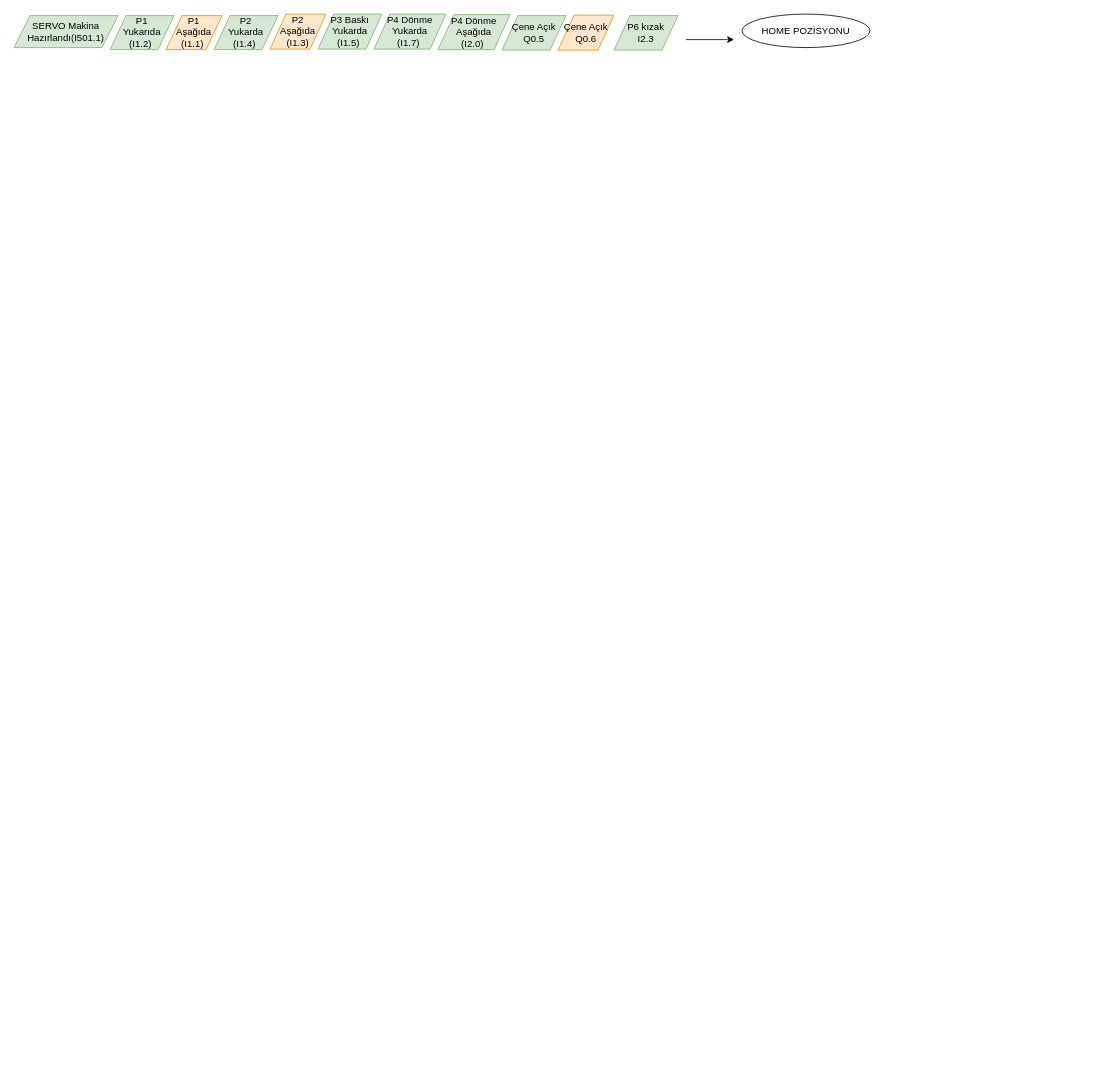
cemreakz/Cemre_FlowChartsOfMachine keeps this draw.io diagram as Untitled Diagram.drawio. Above is the earlier version. Source tidied: cells renumbered, new cells numbered last; positions are measured from the earlier drawing's top-left corner, leaving out a move shared by most shapes. Both pictures are drawn from the tidied source at 80%, with x=0, y=0 at pixel (14, 14).
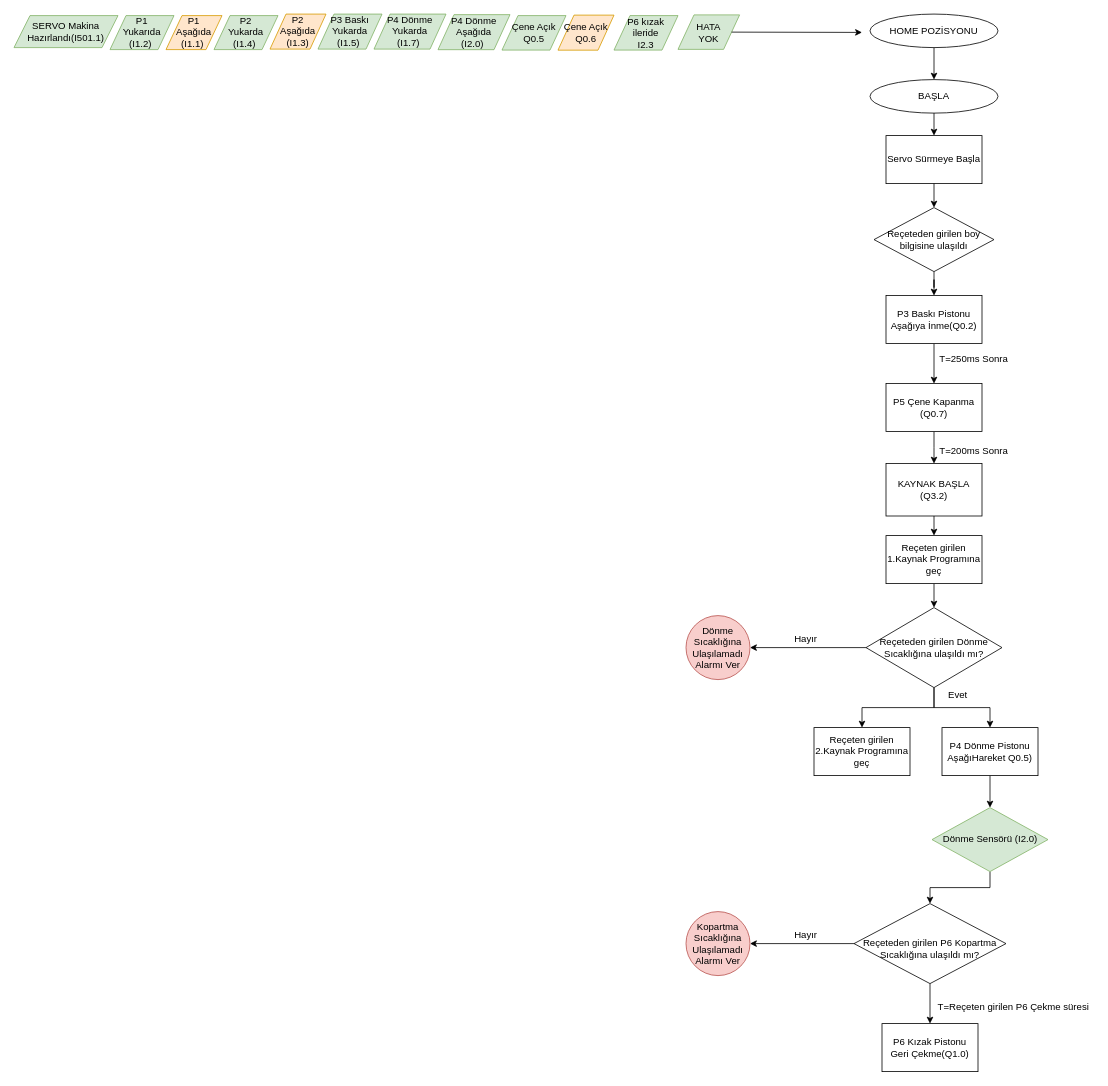
After the change.

The edit, as a diff of the source:
```diff
@@
-    <mxCell id="12" value="P6 kızak&lt;br&gt;I2.3" style="shape=parallelogram;perimeter=parallelogramPerimeter;whiteSpace=wrap;html=1;fixedSize=1;fillColor=#d5e8d4;strokeColor=#82b366;" parent="1" vertex="1">
+    <mxCell id="12" value="P6 kızak&lt;br&gt;ileride&lt;br&gt;I2.3" style="shape=parallelogram;perimeter=parallelogramPerimeter;whiteSpace=wrap;html=1;fixedSize=1;fillColor=#d5e8d4;strokeColor=#82b366;" parent="1" vertex="1">
       <mxGeometry x="750" y="2" width="80" height="43.1" as="geometry" />
     </mxCell>
+    <mxCell id="15" style="edgeStyle=orthogonalEdgeStyle;rounded=0;jettySize=auto;html=1;" parent="1" edge="1" source="13" target="19">
+      <mxGeometry relative="1" as="geometry" />
+    </mxCell>
     <mxCell id="13" value="HOME POZİSYONU" style="ellipse;whiteSpace=wrap;html=1;" parent="1" vertex="1">
-      <mxGeometry x="910" y="0.1" width="160" height="41.9" as="geometry" />
+      <mxGeometry x="1070" y="0.1" width="160" height="41.9" as="geometry" />
     </mxCell>
-    <mxCell id="14" style="endArrow=classic;html=1;" parent="1" edge="1">
-      <mxGeometry relative="1" as="geometry">
-        <mxPoint x="840" y="32" as="sourcePoint" />
-        <mxPoint x="900" y="32" as="targetPoint" />
-        <Array as="points">
-          <mxPoint x="890" y="32" />
-        </Array>
-      </mxGeometry>
-    </mxCell>
+    <mxCell id="16" value="HATA&lt;br&gt;YOK" style="shape=parallelogram;perimeter=parallelogramPerimeter;whiteSpace=wrap;html=1;fixedSize=1;fillColor=#d5e8d4;strokeColor=#82b366;" parent="1" vertex="1">
+      <mxGeometry x="830" y="1.1" width="77" height="43.1" as="geometry" />
+    </mxCell>
+    <mxCell id="17" style="endArrow=classic;html=1;exitX=1;exitY=0.5;exitDx=0;exitDy=0;" parent="1" edge="1" source="16">
+      <mxGeometry relative="1" as="geometry">
+        <mxPoint x="1060" y="23" as="targetPoint" />
+      </mxGeometry>
+    </mxCell>
+    <mxCell id="18" style="edgeStyle=orthogonalEdgeStyle;rounded=0;jettySize=auto;html=1;exitX=0.5;exitY=1;exitDx=0;exitDy=0;entryX=0.5;entryY=0;entryDx=0;entryDy=0;" parent="1" edge="1" source="19" target="20">
+      <mxGeometry relative="1" as="geometry" />
+    </mxCell>
+    <mxCell id="19" value="BAŞLA" style="ellipse;whiteSpace=wrap;html=1;" parent="1" vertex="1">
+      <mxGeometry x="1070" y="82" width="160" height="41.9" as="geometry" />
+    </mxCell>
+    <mxCell id="20" value="Servo Sürmeye Başla" style="rounded=0;whiteSpace=wrap;html=1;" parent="1" vertex="1">
+      <mxGeometry x="1090" y="152" width="120" height="60" as="geometry" />
+    </mxCell>
+    <mxCell id="21" style="edgeStyle=orthogonalEdgeStyle;rounded=0;jettySize=auto;html=1;" parent="1" edge="1" source="22" target="25">
+      <mxGeometry relative="1" as="geometry" />
+    </mxCell>
+    <mxCell id="22" value="&lt;span&gt;Reçeteden girilen boy bilgisine ulaşıldı&lt;/span&gt;" style="rhombus;whiteSpace=wrap;html=1;" parent="1" vertex="1">
+      <mxGeometry x="1075" y="242" width="150" height="80" as="geometry" />
+    </mxCell>
+    <mxCell id="23" style="endArrow=classic;html=1;exitX=0.5;exitY=1;exitDx=0;exitDy=0;entryX=0.5;entryY=0;entryDx=0;entryDy=0;" parent="1" edge="1" source="20" target="22">
+      <mxGeometry relative="1" as="geometry" />
+    </mxCell>
+    <mxCell id="24" style="edgeStyle=orthogonalEdgeStyle;rounded=0;jettySize=auto;html=1;" parent="1" edge="1" source="25" target="27">
+      <mxGeometry relative="1" as="geometry" />
+    </mxCell>
+    <mxCell id="25" value="P3 Baskı Pistonu Aşağıya İnme(Q0.2)" style="rounded=0;whiteSpace=wrap;html=1;" parent="1" vertex="1">
+      <mxGeometry x="1090" y="352" width="120" height="60" as="geometry" />
+    </mxCell>
+    <mxCell id="26" style="edgeStyle=orthogonalEdgeStyle;rounded=0;jettySize=auto;html=1;" parent="1" edge="1" source="27">
+      <mxGeometry relative="1" as="geometry">
+        <mxPoint x="1150" y="562" as="targetPoint" />
+      </mxGeometry>
+    </mxCell>
+    <mxCell id="27" value="P5 Çene Kapanma&lt;br&gt;(Q0.7)" style="rounded=0;whiteSpace=wrap;html=1;" parent="1" vertex="1">
+      <mxGeometry x="1090" y="462" width="120" height="60" as="geometry" />
+    </mxCell>
+    <mxCell id="28" value="T=250ms Sonra" style="text;html=1;strokeColor=none;fillColor=none;align=center;verticalAlign=middle;whiteSpace=wrap;rounded=0;" parent="1" vertex="1">
+      <mxGeometry x="1140" y="422" width="120" height="20" as="geometry" />
+    </mxCell>
+    <mxCell id="29" value="T=200ms Sonra" style="text;html=1;strokeColor=none;fillColor=none;align=center;verticalAlign=middle;whiteSpace=wrap;rounded=0;" parent="1" vertex="1">
+      <mxGeometry x="1140" y="536.5" width="120" height="20" as="geometry" />
+    </mxCell>
+    <mxCell id="30" style="edgeStyle=orthogonalEdgeStyle;rounded=0;jettySize=auto;html=1;exitX=0.5;exitY=1;exitDx=0;exitDy=0;entryX=0.5;entryY=0;entryDx=0;entryDy=0;" parent="1" edge="1" source="31" target="33">
+      <mxGeometry relative="1" as="geometry" />
+    </mxCell>
+    <mxCell id="31" value="KAYNAK BAŞLA&lt;br&gt;(Q3.2)" style="rounded=0;whiteSpace=wrap;html=1;" parent="1" vertex="1">
+      <mxGeometry x="1090" y="562" width="120" height="65.5" as="geometry" />
+    </mxCell>
+    <mxCell id="32" style="edgeStyle=orthogonalEdgeStyle;rounded=0;jettySize=auto;html=1;exitX=0.5;exitY=1;exitDx=0;exitDy=0;entryX=0.5;entryY=0;entryDx=0;entryDy=0;" parent="1" edge="1" source="33" target="37">
+      <mxGeometry relative="1" as="geometry" />
+    </mxCell>
+    <mxCell id="33" value="Reçeten girilen 1.Kaynak Programına geç" style="rounded=0;whiteSpace=wrap;html=1;" parent="1" vertex="1">
+      <mxGeometry x="1090" y="652" width="120" height="60" as="geometry" />
+    </mxCell>
+    <mxCell id="34" style="edgeStyle=orthogonalEdgeStyle;rounded=0;jettySize=auto;html=1;" parent="1" edge="1" source="37" target="41">
+      <mxGeometry relative="1" as="geometry" />
+    </mxCell>
+    <mxCell id="35" style="edgeStyle=orthogonalEdgeStyle;rounded=0;jettySize=auto;html=1;" parent="1" edge="1" source="37" target="38">
+      <mxGeometry relative="1" as="geometry" />
+    </mxCell>
+    <mxCell id="36" style="edgeStyle=orthogonalEdgeStyle;rounded=0;jettySize=auto;html=1;" parent="1" edge="1" source="37" target="43">
+      <mxGeometry relative="1" as="geometry" />
+    </mxCell>
+    <mxCell id="37" value="Reçeteden girilen Dönme Sıcaklığına ulaşıldı mı?" style="rhombus;whiteSpace=wrap;html=1;" parent="1" vertex="1">
+      <mxGeometry x="1065" y="742" width="170" height="100" as="geometry" />
+    </mxCell>
+    <mxCell id="38" value="Reçeten girilen 2.Kaynak Programına geç" style="rounded=0;whiteSpace=wrap;html=1;" parent="1" vertex="1">
+      <mxGeometry x="1000" y="892" width="120" height="60" as="geometry" />
+    </mxCell>
+    <mxCell id="39" value="Evet" style="text;html=1;strokeColor=none;fillColor=none;align=center;verticalAlign=middle;whiteSpace=wrap;rounded=0;" parent="1" vertex="1">
+      <mxGeometry x="1160" y="842" width="40" height="20" as="geometry" />
+    </mxCell>
+    <mxCell id="40" value="Hayır" style="text;html=1;strokeColor=none;fillColor=none;align=center;verticalAlign=middle;whiteSpace=wrap;rounded=0;" parent="1" vertex="1">
+      <mxGeometry x="970" y="772" width="40" height="20" as="geometry" />
+    </mxCell>
+    <mxCell id="41" value="Dönme Sıcaklığına Ulaşılamadı Alarmı Ver" style="ellipse;whiteSpace=wrap;html=1;fillColor=#f8cecc;strokeColor=#b85450;" parent="1" vertex="1">
+      <mxGeometry x="840" y="752" width="80" height="80" as="geometry" />
+    </mxCell>
+    <mxCell id="42" style="edgeStyle=orthogonalEdgeStyle;rounded=0;jettySize=auto;html=1;exitX=0.5;exitY=1;exitDx=0;exitDy=0;entryX=0.5;entryY=0;entryDx=0;entryDy=0;" parent="1" edge="1" source="43" target="50">
+      <mxGeometry relative="1" as="geometry" />
+    </mxCell>
+    <mxCell id="43" value="P4 Dönme Pistonu AşağıHareket Q0.5)" style="rounded=0;whiteSpace=wrap;html=1;" parent="1" vertex="1">
+      <mxGeometry x="1160" y="892" width="120" height="60" as="geometry" />
+    </mxCell>
+    <mxCell id="44" style="edgeStyle=orthogonalEdgeStyle;rounded=0;jettySize=auto;html=1;" parent="1" edge="1" source="46" target="48">
+      <mxGeometry relative="1" as="geometry" />
+    </mxCell>
+    <mxCell id="45" style="edgeStyle=orthogonalEdgeStyle;rounded=0;jettySize=auto;html=1;" parent="1" edge="1" source="46" target="51">
+      <mxGeometry relative="1" as="geometry" />
+    </mxCell>
+    <mxCell id="46" value="&lt;br&gt;Reçeteden girilen P6 Kopartma&lt;br&gt;Sıcaklığına ulaşıldı mı?" style="rhombus;whiteSpace=wrap;html=1;" parent="1" vertex="1">
+      <mxGeometry x="1050" y="1112" width="190" height="100" as="geometry" />
+    </mxCell>
+    <mxCell id="47" value="Hayır" style="text;html=1;strokeColor=none;fillColor=none;align=center;verticalAlign=middle;whiteSpace=wrap;rounded=0;" parent="1" vertex="1">
+      <mxGeometry x="970" y="1142" width="40" height="20" as="geometry" />
+    </mxCell>
+    <mxCell id="48" value="Kopartma&lt;br&gt;Sıcaklığına Ulaşılamadı Alarmı Ver" style="ellipse;whiteSpace=wrap;html=1;fillColor=#f8cecc;strokeColor=#b85450;" parent="1" vertex="1">
+      <mxGeometry x="840" y="1122" width="80" height="80" as="geometry" />
+    </mxCell>
+    <mxCell id="49" style="edgeStyle=orthogonalEdgeStyle;rounded=0;jettySize=auto;html=1;entryX=0.5;entryY=0;entryDx=0;entryDy=0;" parent="1" edge="1" source="50" target="46">
+      <mxGeometry relative="1" as="geometry" />
+    </mxCell>
+    <mxCell id="50" value="Dönme Sensörü (I2.0)" style="rhombus;whiteSpace=wrap;html=1;fillColor=#d5e8d4;strokeColor=#82b366;" parent="1" vertex="1">
+      <mxGeometry x="1147.5" y="992" width="145" height="80" as="geometry" />
+    </mxCell>
+    <mxCell id="51" value="P6 Kızak Pistonu&lt;br&gt;Geri Çekme(Q1.0)" style="rounded=0;whiteSpace=wrap;html=1;" parent="1" vertex="1">
+      <mxGeometry x="1085" y="1262" width="120" height="60" as="geometry" />
+    </mxCell>
+    <mxCell id="52" value="T=Reçeten girilen P6 Çekme süresi" style="text;html=1;strokeColor=none;fillColor=none;align=center;verticalAlign=middle;whiteSpace=wrap;rounded=0;" parent="1" vertex="1">
+      <mxGeometry x="1147.5" y="1232" width="202.5" height="20" as="geometry" />
+    </mxCell>
```
